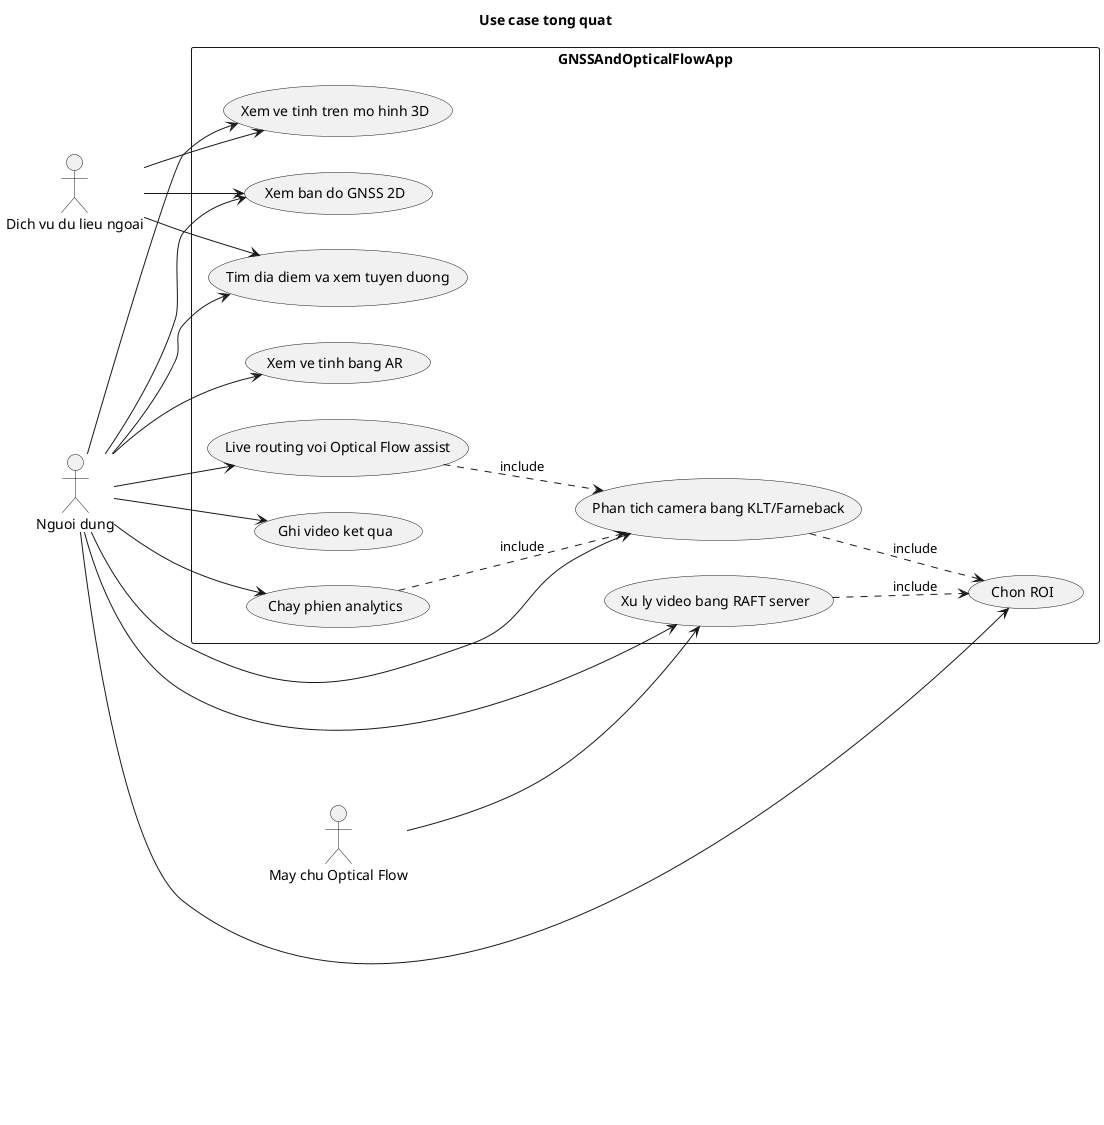
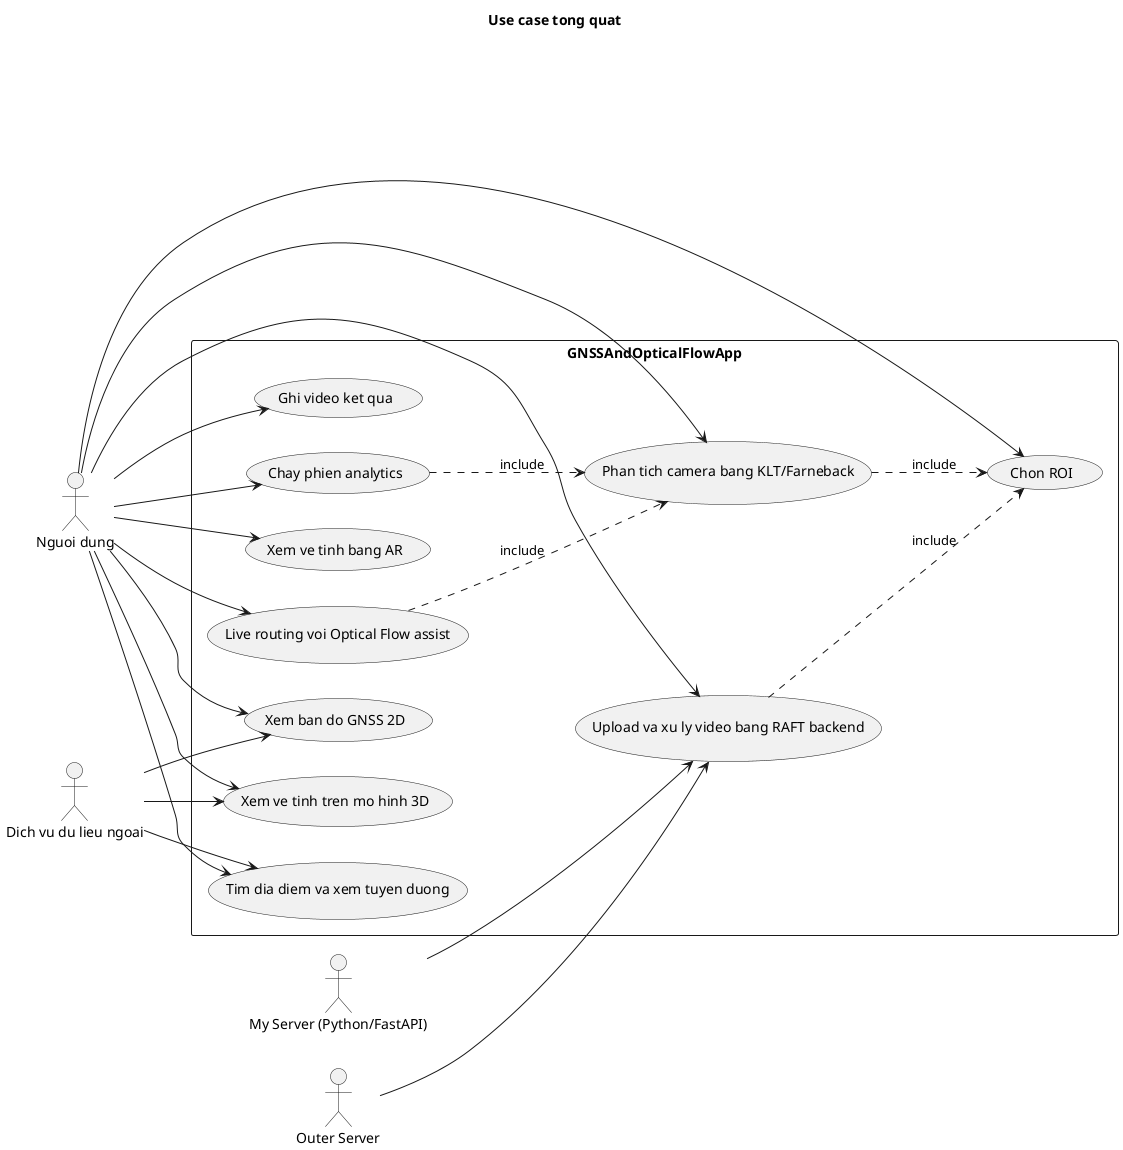
@startuml
title Use case tong quat

left to right direction

actor "Nguoi dung" as User
- actor "May chu Optical Flow" as Server
+ actor "My Server (Python/FastAPI)" as MyServer
+ actor "Outer Server" as OuterServer
actor "Dich vu du lieu ngoai" as External

rectangle "GNSSAndOpticalFlowApp" {
  usecase "Xem ban do GNSS 2D" as UC1
  usecase "Tim dia diem va xem tuyen duong" as UC2
  usecase "Xem ve tinh tren mo hinh 3D" as UC3
  usecase "Xem ve tinh bang AR" as UC4
  usecase "Live routing voi Optical Flow assist" as UC5
  usecase "Phan tich camera bang KLT/Farneback" as UC6
  usecase "Chon ROI" as UC7
  usecase "Ghi video ket qua" as UC8
  usecase "Chay phien analytics" as UC9
-   usecase "Xu ly video bang RAFT server" as UC10
+   usecase "Upload va xu ly video bang RAFT backend" as UC10
}

User --> UC1
User --> UC2
User --> UC3
User --> UC4
User --> UC5
User --> UC6
User --> UC7
User --> UC8
User --> UC9
User --> UC10

External --> UC1
External --> UC2
External --> UC3
- Server --> UC10
+ MyServer --> UC10
+ OuterServer --> UC10

UC5 ..> UC6 : include
UC6 ..> UC7 : include
UC9 ..> UC6 : include
UC10 ..> UC7 : include

@enduml
